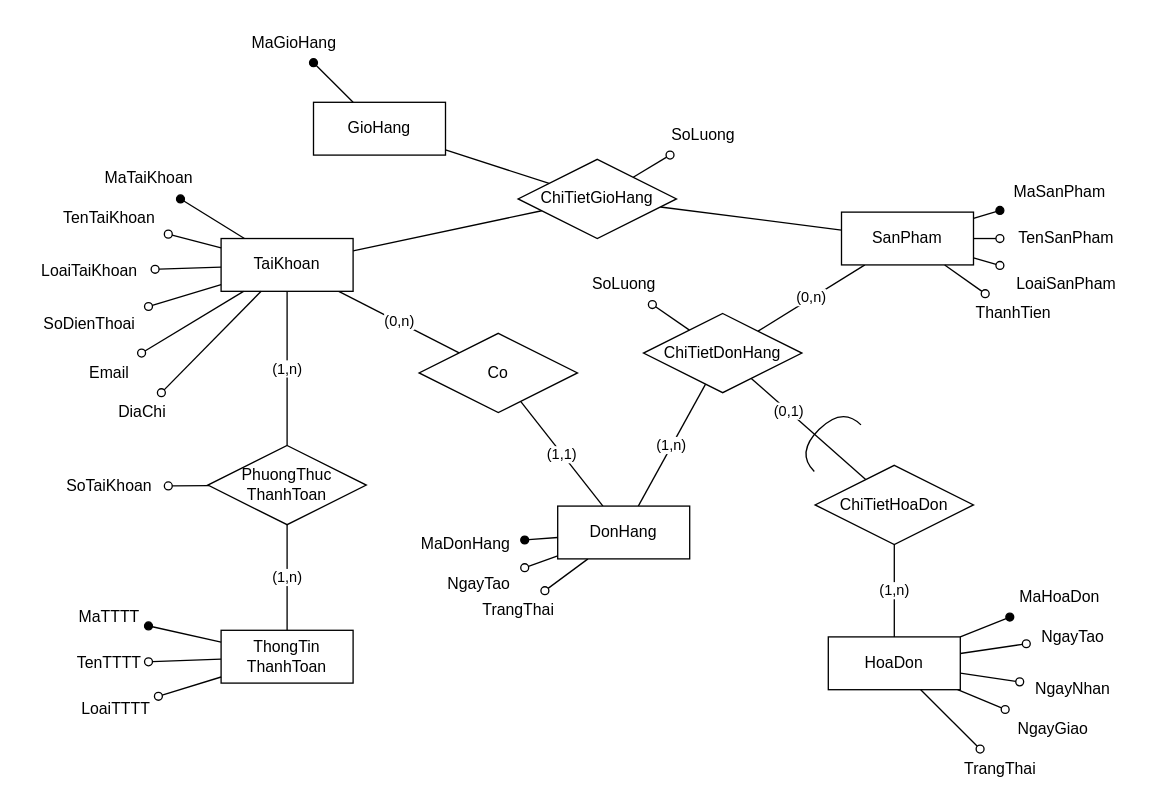
EdgarIgnite16/SGU-Course keeps this draw.io diagram as Nam3_HK1/CNPM_SoftTech/SơĐồThựcThểKếtHợp.drawio. Above is the earlier version. Source tidied: cells renumbered, new cells numbered last; positions are measured from the earlier drawing's top-left corner, leaving out a move shared by most shapes. Both pictures are drawn from the tidied source at 132%, with x=0, y=0 at pixel (22, 22).
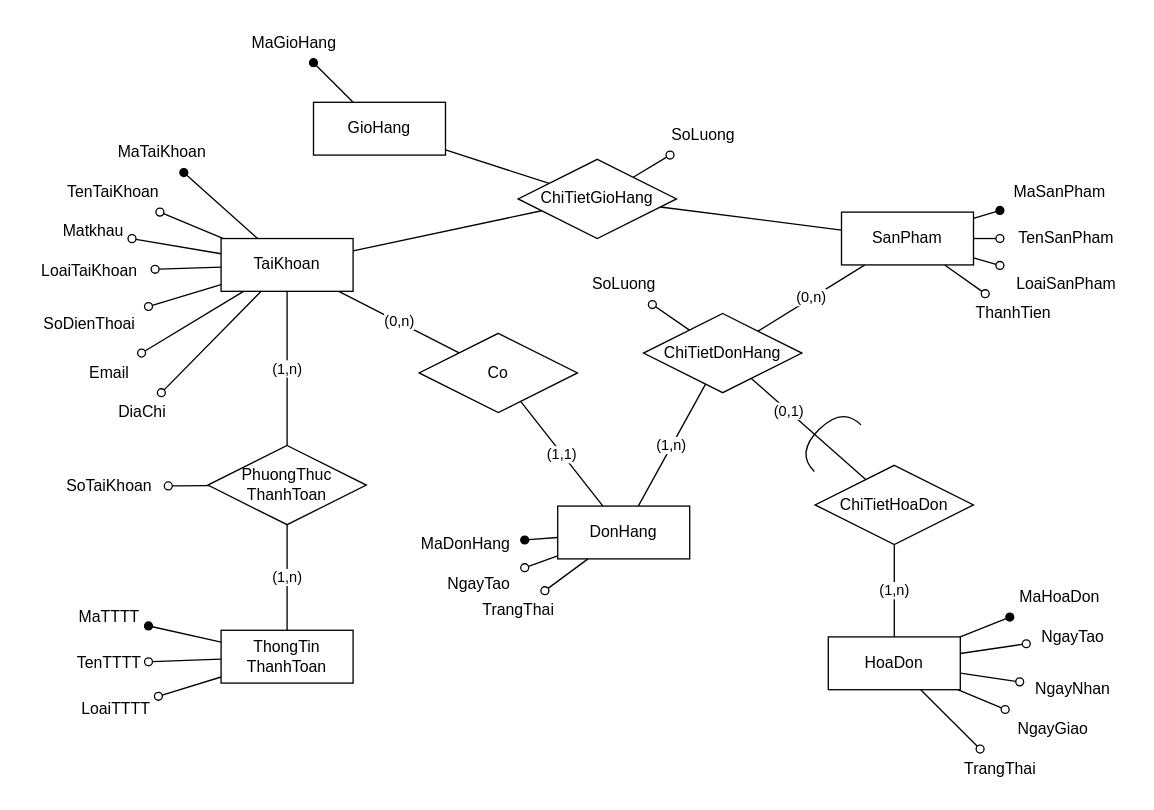
The same page after the edit.

The change refers to these unchanged cells:
```xml
<mxCell id="13" value="TaiKhoan" style="whiteSpace=wrap;html=1;align=center;" parent="1" vertex="1">
  <mxGeometry x="150" y="163.2" width="100" height="40" as="geometry" />
</mxCell>
```

What changed in the source:
```diff
@@
     <mxCell id="15" value="TenTaiKhoan" style="text;html=1;align=center;verticalAlign=middle;points=[];strokeColor=none;fillColor=none;" parent="1" vertex="1">
-      <mxGeometry x="20" y="133.2" width="90" height="30" as="geometry" />
+      <mxGeometry x="22.5" y="113.2" width="90" height="30" as="geometry" />
     </mxCell>
@@
     <mxCell id="19" value="MaTaiKhoan" style="text;html=1;align=center;verticalAlign=middle;points=[];strokeColor=none;fillColor=none;" parent="1" vertex="1">
-      <mxGeometry x="50" y="103.2" width="90" height="30" as="geometry" />
+      <mxGeometry x="60" y="83.2" width="90" height="30" as="geometry" />
     </mxCell>
@@
+    <mxCell id="75" style="rounded=0;jettySize=auto;html=1;startArrow=none;startFill=0;endArrow=oval;endFill=0;" parent="1" edge="1" source="13" target="76">
+      <mxGeometry relative="1" as="geometry" />
+    </mxCell>
+    <mxCell id="76" value="Matkhau" style="text;html=1;align=center;verticalAlign=middle;points=[];strokeColor=none;fillColor=none;" parent="1" vertex="1">
+      <mxGeometry x="22.5" y="148.2" width="60" height="20" as="geometry" />
+    </mxCell>
```
